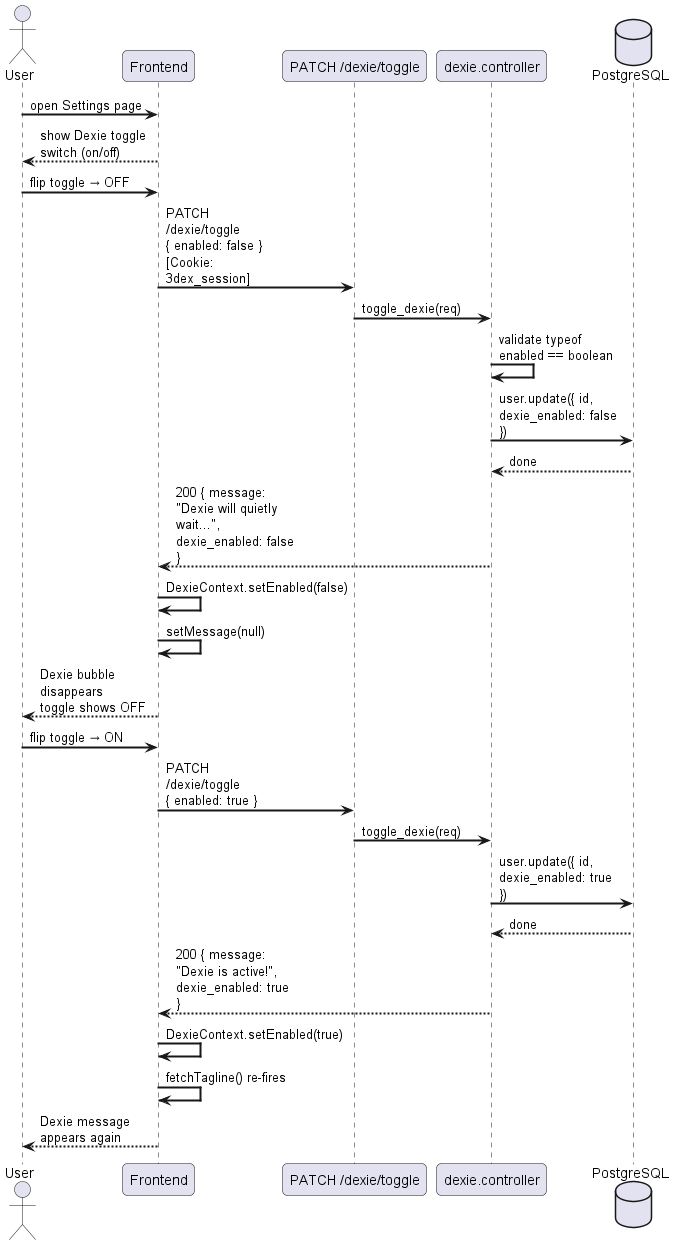
Before: docs/diagrams/exports/sequence/dexie/sequence_dexie_toggle.png, a diagram exported from PlantUML (Schryzon/3Dex).
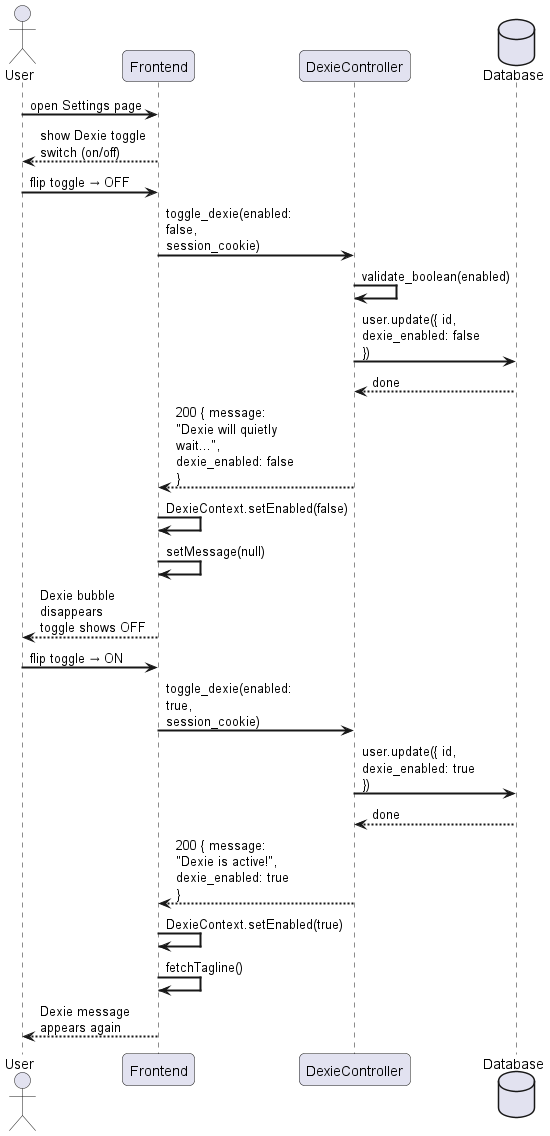
Above is the later version.

Change to the diagram source:
```diff
@@ -5,17 +5,15 @@
 
 actor "User" as U
 participant "Frontend" as FE
-participant "PATCH /dexie/toggle" as API
-participant "dexie.controller" as DC
-database "PostgreSQL" as DB
+participant "DexieController" as DC
+database "Database" as DB
 
 U -> FE : open Settings page
 FE --> U : show Dexie toggle switch (on/off)
 
 U -> FE : flip toggle → OFF
-FE -> API : PATCH /dexie/toggle\n{ enabled: false }\n[Cookie: 3dex_session]
-API -> DC : toggle_dexie(req)
-DC -> DC : validate typeof enabled == boolean
+FE -> DC : toggle_dexie(enabled: false, session_cookie)
+DC -> DC : validate_boolean(enabled)
 DC -> DB : user.update({ id, dexie_enabled: false })
 DB --> DC : done
 DC --> FE : 200 { message: "Dexie will quietly wait...", dexie_enabled: false }
@@ -24,12 +22,11 @@
 FE --> U : Dexie bubble disappears\ntoggle shows OFF
 
 U -> FE : flip toggle → ON
-FE -> API : PATCH /dexie/toggle\n{ enabled: true }
-API -> DC : toggle_dexie(req)
+FE -> DC : toggle_dexie(enabled: true, session_cookie)
 DC -> DB : user.update({ id, dexie_enabled: true })
 DB --> DC : done
 DC --> FE : 200 { message: "Dexie is active!", dexie_enabled: true }
 FE -> FE : DexieContext.setEnabled(true)
-FE -> FE : fetchTagline() re-fires
+FE -> FE : fetchTagline()
 FE --> U : Dexie message appears again
 @enduml
```
